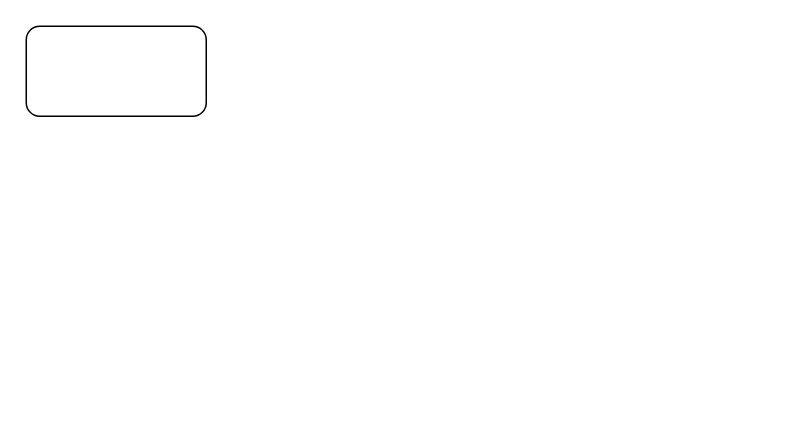
Before: page "口令-快应用转发" (1 of 19) of universal-engine/CPS.drawio in karlchan-cn/drawio-repository, a draw.io diagram. Source tidied: cells renumbered, new cells numbered last; positions are measured from the earlier drawing's top-left corner, leaving out a move shared by most shapes. Both pictures are drawn from the tidied source at 150%, with x=0, y=0 at pixel (26, 26).
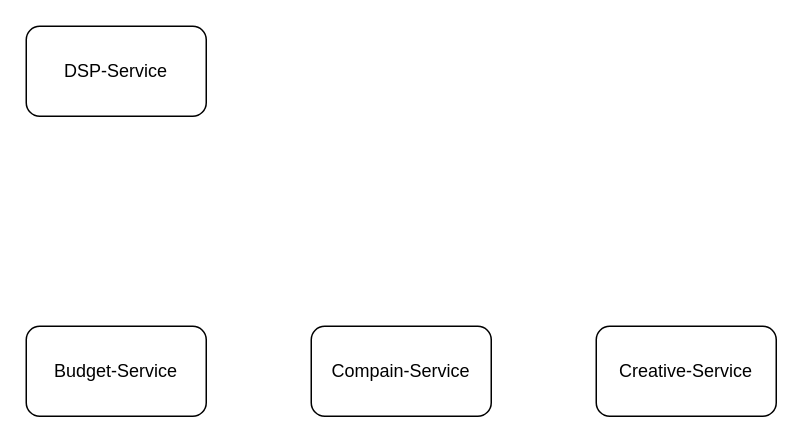
The same page after the edit.

Diff of the diagram source:
```diff
@@
 <mxGraphModel>
   <root>
     <mxCell id="0" />
     <mxCell id="1" parent="0" />
-    <mxCell id="2" style="rounded=1;whiteSpace=wrap;html=1;" parent="1" vertex="1">
+    <mxCell id="2" value="DSP-Service" style="rounded=1;whiteSpace=wrap;html=1;" parent="1" vertex="1">
       <mxGeometry width="120" height="60" as="geometry" />
     </mxCell>
+    <mxCell id="3" value="Compain-Service" style="rounded=1;whiteSpace=wrap;html=1;" parent="1" vertex="1">
+      <mxGeometry x="190" y="200" width="120" height="60" as="geometry" />
+    </mxCell>
+    <mxCell id="4" value="Budget-Service" style="rounded=1;whiteSpace=wrap;html=1;" parent="1" vertex="1">
+      <mxGeometry y="200" width="120" height="60" as="geometry" />
+    </mxCell>
+    <mxCell id="5" value="Creative-Service" style="rounded=1;whiteSpace=wrap;html=1;" parent="1" vertex="1">
+      <mxGeometry x="380" y="200" width="120" height="60" as="geometry" />
+    </mxCell>
   </root>
 </mxGraphModel>
```
